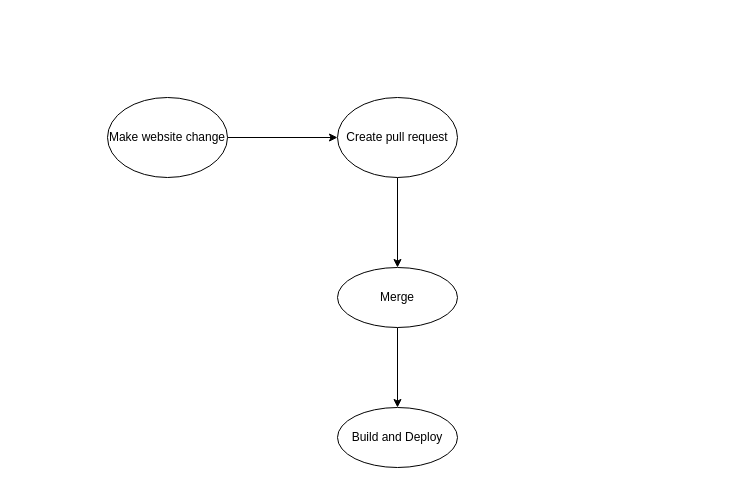
boomermath/things keeps this draw.io diagram as Untitled Diagram.drawio. Above is the earlier version. Source tidied: cells renumbered, new cells numbered last; positions are measured from the earlier drawing's top-left corner, leaving out a move shared by most shapes. Both pictures are drawn from the tidied source at 100%, with x=0, y=0 at pixel (107, 97).
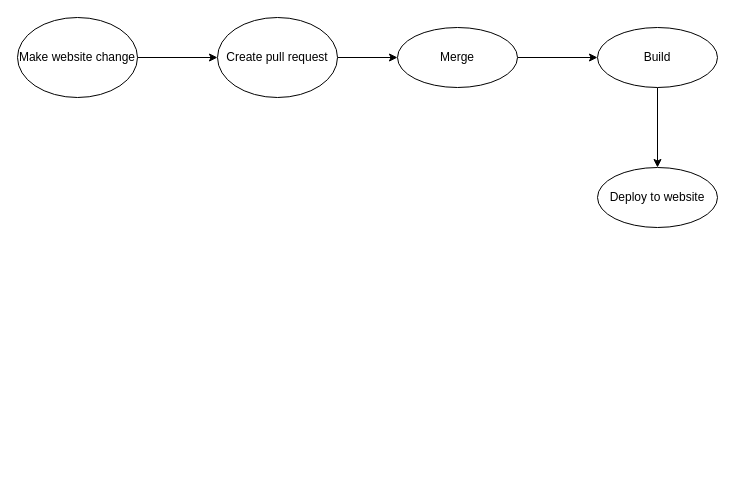
After the change.

Diff of the diagram source:
```diff
@@
 <mxGraphModel>
   <root>
     <mxCell id="0" />
     <mxCell id="1" parent="0" />
     <mxCell id="2" style="edgeStyle=orthogonalEdgeStyle;rounded=0;jettySize=auto;html=1;" parent="1" edge="1" source="3" target="5">
       <mxGeometry relative="1" as="geometry" />
     </mxCell>
     <mxCell id="3" value="Make website change" style="ellipse;whiteSpace=wrap;html=1;" parent="1" vertex="1">
-      <mxGeometry width="120" height="80" as="geometry" />
+      <mxGeometry x="-90" y="-80" width="120" height="80" as="geometry" />
     </mxCell>
     <mxCell id="4" style="edgeStyle=orthogonalEdgeStyle;rounded=0;jettySize=auto;html=1;" parent="1" edge="1" source="5" target="7">
       <mxGeometry relative="1" as="geometry" />
     </mxCell>
     <mxCell id="5" value="Create pull request" style="ellipse;whiteSpace=wrap;html=1;" parent="1" vertex="1">
-      <mxGeometry x="230" width="120" height="80" as="geometry" />
+      <mxGeometry x="110" y="-80" width="120" height="80" as="geometry" />
     </mxCell>
     <mxCell id="6" style="edgeStyle=orthogonalEdgeStyle;rounded=0;jettySize=auto;html=1;" parent="1" edge="1" source="7" target="8">
       <mxGeometry relative="1" as="geometry" />
     </mxCell>
     <mxCell id="7" value="Merge" style="ellipse;whiteSpace=wrap;html=1;" parent="1" vertex="1">
-      <mxGeometry x="230" y="170" width="120" height="60" as="geometry" />
+      <mxGeometry x="290" y="-70" width="120" height="60" as="geometry" />
     </mxCell>
+    <mxCell id="9" style="edgeStyle=orthogonalEdgeStyle;rounded=0;jettySize=auto;html=1;" parent="1" edge="1" source="8" target="10">
+      <mxGeometry relative="1" as="geometry" />
+    </mxCell>
-    <mxCell id="8" value="Build and Deploy" style="ellipse;whiteSpace=wrap;html=1;" parent="1" vertex="1">
-      <mxGeometry x="230" y="310" width="120" height="60" as="geometry" />
+    <mxCell id="8" value="Build&lt;br&gt;" style="ellipse;whiteSpace=wrap;html=1;" parent="1" vertex="1">
+      <mxGeometry x="490" y="-70" width="120" height="60" as="geometry" />
     </mxCell>
+    <mxCell id="10" value="Deploy to website" style="ellipse;whiteSpace=wrap;html=1;" parent="1" vertex="1">
+      <mxGeometry x="490" y="70" width="120" height="60" as="geometry" />
+    </mxCell>
   </root>
 </mxGraphModel>
```
